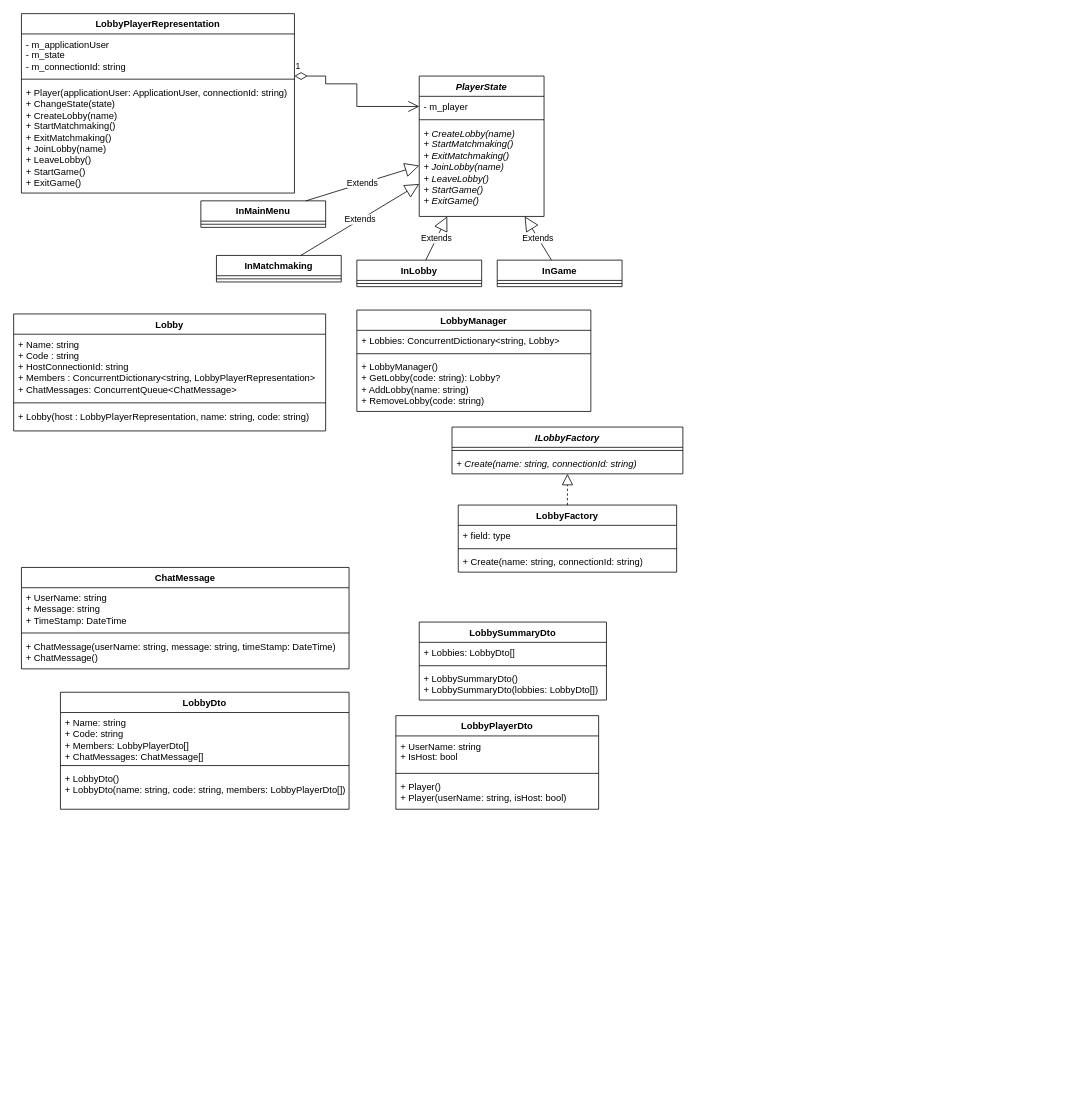
Earlier version of the draw.io diagram document/Nyersanyagok/WebServer.drawio (WakooMan/Bsc-Szakdolgozat). Source tidied: cells renumbered, new cells numbered last; positions are measured from the earlier drawing's top-left corner, leaving out a move shared by most shapes. Both pictures are drawn from the tidied source at 78%, with x=0, y=0 at pixel (13, 13).
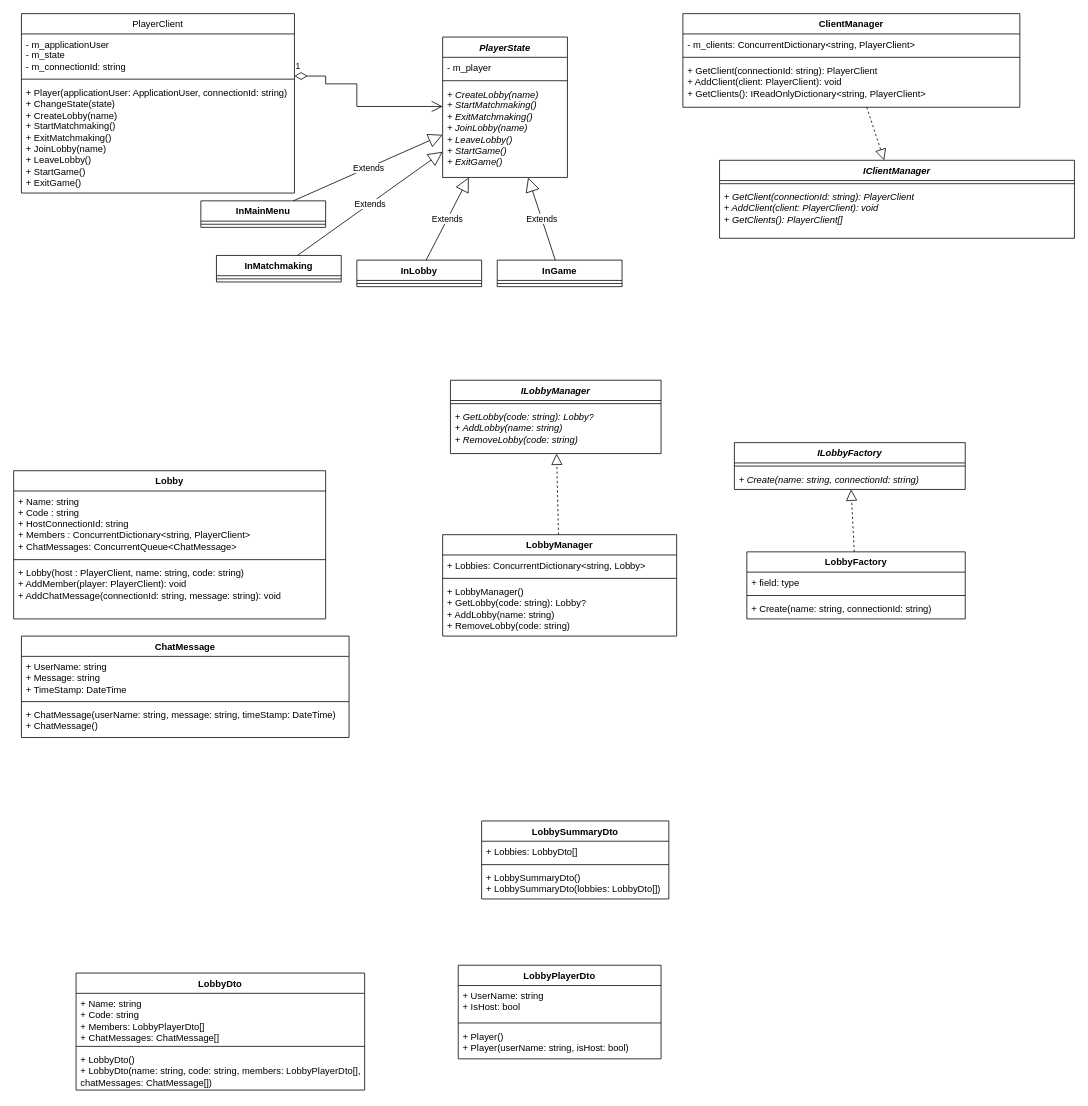
The same page after the edit.

Unchanged cells that the change refers to:
```xml
<mxCell id="3" value="- m_player" style="text;strokeColor=none;fillColor=none;align=left;verticalAlign=top;spacingLeft=4;spacingRight=4;overflow=hidden;points=[[0,0.5],[1,0.5]];portConstraint=eastwest;whiteSpace=wrap;html=1;" parent="2" vertex="1">
  <mxGeometry y="26" width="160" height="26" as="geometry" />
</mxCell>
```

The edit, as a diff of the source:
```diff
@@
     <mxCell id="2" value="&lt;i&gt;PlayerState&lt;/i&gt;" style="swimlane;fontStyle=1;align=center;verticalAlign=top;horizontal=1;startSize=26;whiteSpace=wrap;html=1;" parent="1" vertex="1">
-      <mxGeometry x="520" y="80" width="160" height="180" as="geometry" />
+      <mxGeometry x="550" y="30" width="160" height="180" as="geometry" />
     </mxCell>
@@
-    <mxCell id="6" value="LobbyPlayerRepresentation" style="swimlane;fontStyle=1;align=center;verticalAlign=top;horizontal=1;startSize=26;whiteSpace=wrap;html=1;" parent="1" vertex="1">
+    <mxCell id="6" value="&lt;span style=&quot;font-weight: 400; text-align: left;&quot;&gt;PlayerClient&lt;/span&gt;" style="swimlane;fontStyle=1;align=center;verticalAlign=top;horizontal=1;startSize=26;whiteSpace=wrap;html=1;" parent="1" vertex="1">
       <mxGeometry x="10" width="350" height="230" as="geometry" />
     </mxCell>
@@
-    <mxCell id="22" value="1" style="endArrow=open;html=1;endSize=12;startArrow=diamondThin;startSize=14;startFill=0;edgeStyle=orthogonalEdgeStyle;align=left;verticalAlign=bottom;rounded=0;" parent="1" edge="1" source="6" target="3">
+    <mxCell id="22" value="1" style="endArrow=open;html=1;endSize=12;startArrow=diamondThin;startSize=14;startFill=0;edgeStyle=orthogonalEdgeStyle;align=left;verticalAlign=bottom;rounded=0;" parent="1" edge="1" source="6" target="2">
       <mxGeometry x="-1" y="3" relative="1" as="geometry">
         <Array as="points">
           <mxPoint x="400" y="80" />
           <mxPoint x="400" y="90" />
           <mxPoint x="440" y="90" />
           <mxPoint x="440" y="119" />
         </Array>
       </mxGeometry>
     </mxCell>
     <mxCell id="23" value="Lobby" style="swimlane;fontStyle=1;align=center;verticalAlign=top;horizontal=1;startSize=26;whiteSpace=wrap;html=1;" parent="1" vertex="1">
-      <mxGeometry y="385" width="400" height="150" as="geometry" />
+      <mxGeometry y="586" width="400" height="190" as="geometry" />
     </mxCell>
-    <mxCell id="24" value="+ Name: string&lt;div&gt;+ Code : string&lt;/div&gt;&lt;div&gt;+ HostConnectionId: string&lt;br&gt;&lt;div&gt;+ Members : ConcurrentDictionary&amp;lt;string, LobbyPlayerRepresentation&amp;gt;&lt;/div&gt;&lt;div&gt;+ ChatMessages:&amp;nbsp;ConcurrentQueue&amp;lt;ChatMessage&amp;gt;&lt;/div&gt;&lt;/div&gt;" style="text;strokeColor=none;fillColor=none;align=left;verticalAlign=top;spacingLeft=4;spacingRight=4;overflow=hidden;whiteSpace=wrap;html=1;" parent="23" vertex="1">
+    <mxCell id="24" value="+ Name: string&lt;div&gt;+ Code : string&lt;/div&gt;&lt;div&gt;+ HostConnectionId: string&lt;br&gt;&lt;div&gt;+ Members : ConcurrentDictionary&amp;lt;string, PlayerClient&amp;gt;&lt;/div&gt;&lt;div&gt;+ ChatMessages:&amp;nbsp;ConcurrentQueue&amp;lt;ChatMessage&amp;gt;&lt;/div&gt;&lt;/div&gt;" style="text;strokeColor=none;fillColor=none;align=left;verticalAlign=top;spacingLeft=4;spacingRight=4;overflow=hidden;whiteSpace=wrap;html=1;" parent="23" vertex="1">
       <mxGeometry y="26" width="400" height="84" as="geometry" />
     </mxCell>
@@
-    <mxCell id="26" value="+ Lobby(host : LobbyPlayerRepresentation, name: string, code: string)" style="text;strokeColor=none;fillColor=none;align=left;verticalAlign=top;spacingLeft=4;spacingRight=4;overflow=hidden;whiteSpace=wrap;html=1;" parent="23" vertex="1">
-      <mxGeometry y="118" width="400" height="32" as="geometry" />
+    <mxCell id="26" value="+ Lobby(host : PlayerClient, name: string, code: string)&lt;div&gt;+ AddMember(player: PlayerClient): void&lt;/div&gt;&lt;div&gt;+ AddChatMessage(connectionId: string, message: string): void&lt;/div&gt;" style="text;strokeColor=none;fillColor=none;align=left;verticalAlign=top;spacingLeft=4;spacingRight=4;overflow=hidden;whiteSpace=wrap;html=1;" parent="23" vertex="1">
+      <mxGeometry y="118" width="400" height="72" as="geometry" />
     </mxCell>
     <mxCell id="27" value="LobbyPlayerDto" style="swimlane;fontStyle=1;align=center;verticalAlign=top;horizontal=1;startSize=26;whiteSpace=wrap;html=1;" parent="1" vertex="1">
-      <mxGeometry x="490" y="900" width="260" height="120" as="geometry" />
+      <mxGeometry x="570" y="1220" width="260" height="120" as="geometry" />
     </mxCell>
@@
     <mxCell id="31" value="ChatMessage" style="swimlane;fontStyle=1;align=center;verticalAlign=top;horizontal=1;startSize=26;whiteSpace=wrap;html=1;" parent="1" vertex="1">
-      <mxGeometry x="10" y="710" width="420" height="130" as="geometry" />
+      <mxGeometry x="10" y="798" width="420" height="130" as="geometry" />
     </mxCell>
@@
     <mxCell id="35" value="LobbyManager" style="swimlane;fontStyle=1;align=center;verticalAlign=top;horizontal=1;startSize=26;whiteSpace=wrap;html=1;" parent="1" vertex="1">
-      <mxGeometry x="440" y="380" width="300" height="130" as="geometry" />
+      <mxGeometry x="550" y="668" width="300" height="130" as="geometry" />
     </mxCell>
@@
     <mxCell id="39" value="LobbySummaryDto" style="swimlane;fontStyle=1;align=center;verticalAlign=top;horizontal=1;startSize=26;whiteSpace=wrap;html=1;" parent="1" vertex="1">
-      <mxGeometry x="520" y="780" width="240" height="100" as="geometry" />
+      <mxGeometry x="600" y="1035" width="240" height="100" as="geometry" />
     </mxCell>
@@
     <mxCell id="43" value="LobbyDto" style="swimlane;fontStyle=1;align=center;verticalAlign=top;horizontal=1;startSize=26;whiteSpace=wrap;html=1;" parent="1" vertex="1">
-      <mxGeometry x="60" y="870" width="370" height="150" as="geometry" />
+      <mxGeometry x="80" y="1230" width="370" height="150" as="geometry" />
     </mxCell>
@@
-    <mxCell id="46" value="+ LobbyDto()&lt;div&gt;+ LobbyDto(name: string, code: string, members: LobbyPlayerDto[])&lt;/div&gt;" style="text;strokeColor=none;fillColor=none;align=left;verticalAlign=top;spacingLeft=4;spacingRight=4;overflow=hidden;whiteSpace=wrap;html=1;" parent="43" vertex="1">
+    <mxCell id="46" value="+ LobbyDto()&lt;div&gt;+ LobbyDto(name: string, code: string, members: LobbyPlayerDto[], chatMessages: ChatMessage[])&lt;/div&gt;" style="text;strokeColor=none;fillColor=none;align=left;verticalAlign=top;spacingLeft=4;spacingRight=4;overflow=hidden;whiteSpace=wrap;html=1;" parent="43" vertex="1">
       <mxGeometry y="98" width="370" height="52" as="geometry" />
     </mxCell>
     <mxCell id="47" value="LobbyFactory" style="swimlane;fontStyle=1;align=center;verticalAlign=top;horizontal=1;startSize=26;whiteSpace=wrap;html=1;" parent="1" vertex="1">
-      <mxGeometry x="570" y="630" width="280" height="86" as="geometry" />
+      <mxGeometry x="940" y="690" width="280" height="86" as="geometry" />
     </mxCell>
@@
     <mxCell id="51" value="&lt;i&gt;ILobbyFactory&lt;/i&gt;" style="swimlane;fontStyle=1;align=center;verticalAlign=top;horizontal=1;startSize=26;whiteSpace=wrap;html=1;" parent="1" vertex="1">
-      <mxGeometry x="562" y="530" width="296" height="60" as="geometry" />
+      <mxGeometry x="924" y="550" width="296" height="60" as="geometry" />
     </mxCell>
@@
+    <mxCell id="55" value="&lt;i&gt;ILobbyManager&lt;/i&gt;" style="swimlane;fontStyle=1;align=center;verticalAlign=top;horizontal=1;startSize=26;whiteSpace=wrap;html=1;" parent="1" vertex="1">
+      <mxGeometry x="560" y="470" width="270" height="94" as="geometry" />
+    </mxCell>
+    <mxCell id="56" style="line;strokeWidth=1;fillColor=none;align=left;verticalAlign=middle;spacingTop=-1;spacingLeft=3;spacingRight=3;labelPosition=right;strokeColor=inherit;" parent="55" vertex="1">
+      <mxGeometry y="26" width="270" height="8" as="geometry" />
+    </mxCell>
+    <mxCell id="57" value="&lt;div&gt;&lt;i&gt;+ GetLobby(code: string): Lobby?&lt;/i&gt;&lt;/div&gt;&lt;div&gt;&lt;i&gt;+ AddLobby(name: string)&lt;/i&gt;&lt;/div&gt;&lt;div&gt;&lt;i&gt;+ RemoveLobby(code: string)&lt;/i&gt;&lt;/div&gt;" style="text;strokeColor=none;fillColor=none;align=left;verticalAlign=top;spacingLeft=4;spacingRight=4;overflow=hidden;whiteSpace=wrap;html=1;" parent="55" vertex="1">
+      <mxGeometry y="34" width="270" height="60" as="geometry" />
+    </mxCell>
+    <mxCell id="58" style="endArrow=block;dashed=1;endFill=0;endSize=12;html=1;rounded=0;" parent="1" edge="1" source="35" target="55">
+      <mxGeometry relative="1" as="geometry" />
+    </mxCell>
+    <mxCell id="59" value="ClientManager" style="swimlane;fontStyle=1;align=center;verticalAlign=top;horizontal=1;startSize=26;whiteSpace=wrap;html=1;" parent="1" vertex="1">
+      <mxGeometry x="858" width="432" height="120" as="geometry" />
+    </mxCell>
+    <mxCell id="60" value="- m_clients: ConcurrentDictionary&amp;lt;string, PlayerClient&amp;gt;" style="text;strokeColor=none;fillColor=none;align=left;verticalAlign=top;spacingLeft=4;spacingRight=4;overflow=hidden;whiteSpace=wrap;html=1;" parent="59" vertex="1">
+      <mxGeometry y="26" width="432" height="26" as="geometry" />
+    </mxCell>
+    <mxCell id="61" style="line;strokeWidth=1;fillColor=none;align=left;verticalAlign=middle;spacingTop=-1;spacingLeft=3;spacingRight=3;labelPosition=right;strokeColor=inherit;" parent="59" vertex="1">
+      <mxGeometry y="52" width="432" height="8" as="geometry" />
+    </mxCell>
+    <mxCell id="62" value="+ GetClient(connectionId: string): PlayerClient&lt;div&gt;+ AddClient(client: PlayerClient): void&lt;/div&gt;&lt;div&gt;+ GetClients(): IReadOnlyDictionary&amp;lt;string, PlayerClient&amp;gt;&lt;/div&gt;" style="text;strokeColor=none;fillColor=none;align=left;verticalAlign=top;spacingLeft=4;spacingRight=4;overflow=hidden;whiteSpace=wrap;html=1;" parent="59" vertex="1">
+      <mxGeometry y="60" width="432" height="60" as="geometry" />
+    </mxCell>
+    <mxCell id="63" value="&lt;i&gt;IClientManager&lt;/i&gt;" style="swimlane;fontStyle=1;align=center;verticalAlign=top;horizontal=1;startSize=26;whiteSpace=wrap;html=1;" parent="1" vertex="1">
+      <mxGeometry x="905" y="188" width="455" height="100" as="geometry" />
+    </mxCell>
+    <mxCell id="64" style="line;strokeWidth=1;fillColor=none;align=left;verticalAlign=middle;spacingTop=-1;spacingLeft=3;spacingRight=3;labelPosition=right;strokeColor=inherit;" parent="63" vertex="1">
+      <mxGeometry y="26" width="455" height="8" as="geometry" />
+    </mxCell>
+    <mxCell id="65" value="&lt;i&gt;+ GetClient(connectionId: string): PlayerClient&lt;/i&gt;&lt;div&gt;&lt;i&gt;+ AddClient(client: PlayerClient): void&lt;/i&gt;&lt;/div&gt;&lt;div&gt;&lt;i&gt;+ GetClients(): PlayerClient[]&lt;/i&gt;&lt;/div&gt;" style="text;strokeColor=none;fillColor=none;align=left;verticalAlign=top;spacingLeft=4;spacingRight=4;overflow=hidden;whiteSpace=wrap;html=1;" parent="63" vertex="1">
+      <mxGeometry y="34" width="455" height="66" as="geometry" />
+    </mxCell>
+    <mxCell id="66" style="endArrow=block;dashed=1;endFill=0;endSize=12;html=1;rounded=0;" parent="1" edge="1" source="59" target="63">
+      <mxGeometry relative="1" as="geometry" />
+    </mxCell>
```
